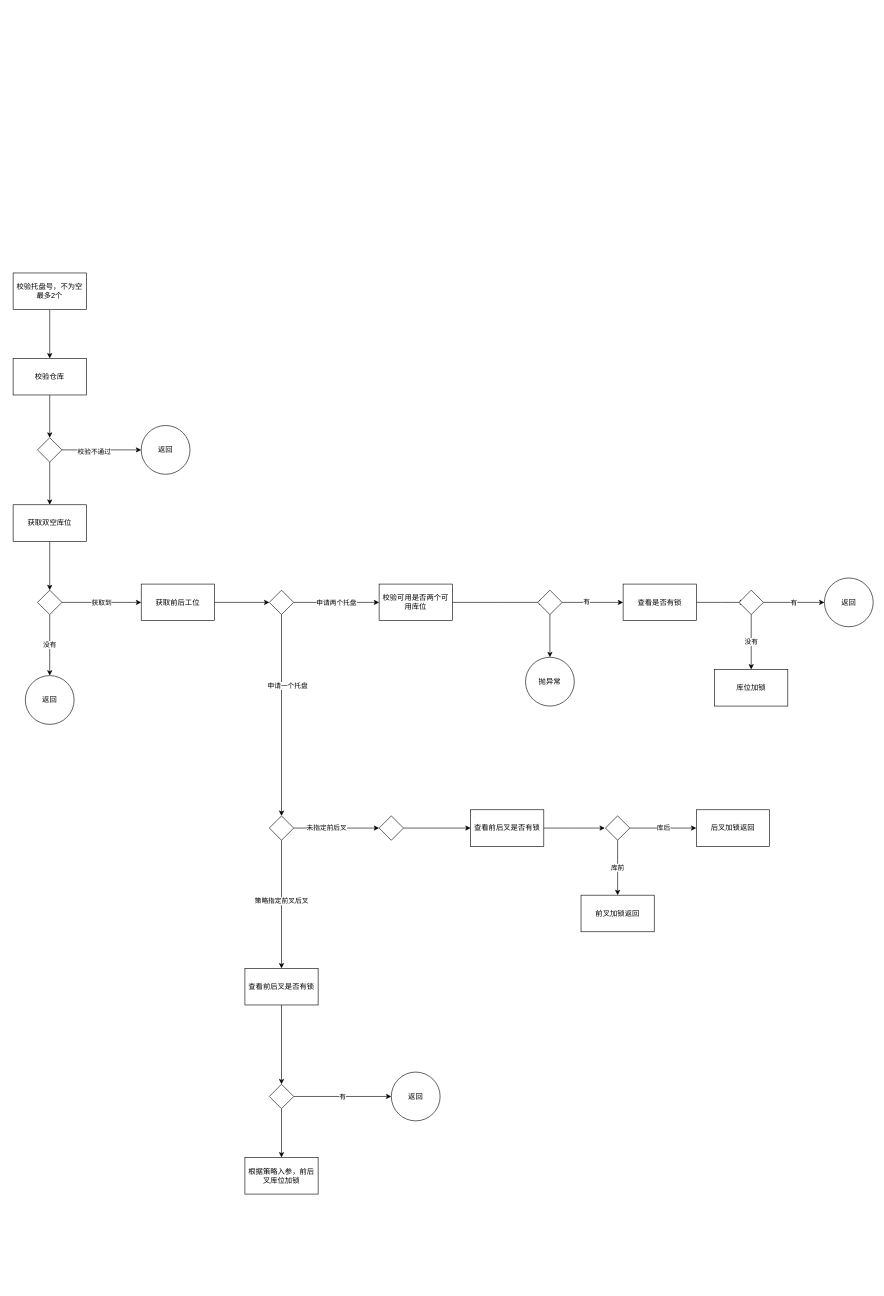
chenjunx/designpattern keeps this draw.io diagram as 默认双工位入库分配策略(库前/库后).drawio. Above is the earlier version. Source tidied: cells renumbered, new cells numbered last; positions are measured from the earlier drawing's top-left corner, leaving out a move shared by most shapes. Both pictures are drawn from the tidied source at 61%, with x=0, y=0 at pixel (13, 273).
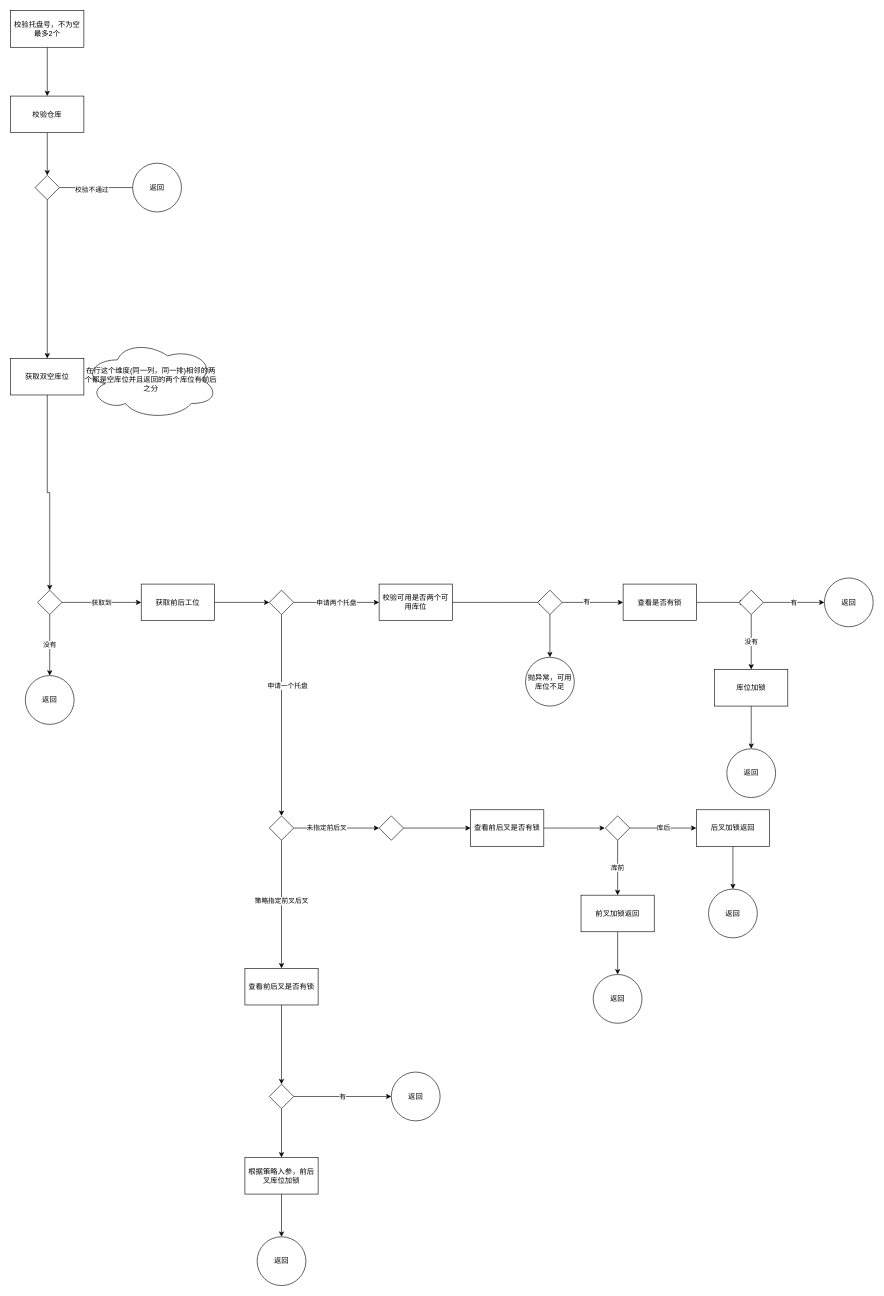
The same page after the edit.

Unchanged cells that the change refers to:
```xml
<mxCell id="14" style="rhombus;whiteSpace=wrap;html=1;rounded=0;" parent="1" vertex="1">
  <mxGeometry x="40" y="520" width="40" height="40" as="geometry" />
</mxCell>
<mxCell id="22" value="根据策略入参，前后叉库位加锁" style="whiteSpace=wrap;html=1;rounded=0;" parent="1" vertex="1">
  <mxGeometry x="380" y="1450" width="120" height="60" as="geometry" />
</mxCell>
<mxCell id="35" value="库位加锁" style="rounded=0;whiteSpace=wrap;html=1;" parent="1" vertex="1">
  <mxGeometry x="1150" y="650" width="120" height="60" as="geometry" />
</mxCell>
<mxCell id="54" value="前叉加锁返回" style="rounded=0;whiteSpace=wrap;html=1;" parent="1" vertex="1">
  <mxGeometry x="931" y="1020" width="120" height="60" as="geometry" />
</mxCell>
<mxCell id="55" value="后叉加锁返回" style="whiteSpace=wrap;html=1;rounded=0;" parent="1" vertex="1">
  <mxGeometry x="1120" y="880" width="120" height="60" as="geometry" />
</mxCell>
```

What changed in the source:
```diff
@@
     <mxCell id="3" value="校验托盘号，不为空最多2个" style="rounded=0;whiteSpace=wrap;html=1;" parent="1" vertex="1">
-      <mxGeometry width="120" height="60" as="geometry" />
+      <mxGeometry x="-4" y="-430" width="120" height="60" as="geometry" />
     </mxCell>
@@
     <mxCell id="5" value="校验仓库" style="rounded=0;whiteSpace=wrap;html=1;" parent="1" vertex="1">
-      <mxGeometry y="140" width="120" height="60" as="geometry" />
+      <mxGeometry x="-4" y="-290" width="120" height="60" as="geometry" />
     </mxCell>
@@
     <mxCell id="7" style="edgeStyle=orthogonalEdgeStyle;rounded=0;jettySize=auto;html=1;" parent="1" edge="1" source="9">
       <mxGeometry relative="1" as="geometry">
-        <mxPoint x="210" y="290" as="targetPoint" />
+        <mxPoint x="206" y="-140" as="targetPoint" />
       </mxGeometry>
     </mxCell>
@@
     <mxCell id="9" style="rhombus;whiteSpace=wrap;html=1;rounded=0;" parent="1" vertex="1">
-      <mxGeometry x="40" y="270" width="40" height="40" as="geometry" />
+      <mxGeometry x="36" y="-160" width="40" height="40" as="geometry" />
     </mxCell>
-    <mxCell id="10" style="edgeStyle=orthogonalEdgeStyle;rounded=0;jettySize=auto;html=1;" parent="1" edge="1" source="11" target="14">
+    <mxCell id="10" style="edgeStyle=orthogonalEdgeStyle;rounded=0;jettySize=auto;html=1;entryX=0.5;entryY=0;entryDx=0;entryDy=0;" parent="1" edge="1" source="11" target="14">
       <mxGeometry relative="1" as="geometry" />
     </mxCell>
     <mxCell id="11" value="获取双空库位" style="whiteSpace=wrap;html=1;rounded=0;" parent="1" vertex="1">
-      <mxGeometry y="380" width="120" height="60" as="geometry" />
+      <mxGeometry x="-4" y="140" width="120" height="60" as="geometry" />
     </mxCell>
@@
+    <mxCell id="57" style="edgeStyle=orthogonalEdgeStyle;rounded=0;jettySize=auto;html=1;" parent="1" edge="1" source="22" target="63">
+      <mxGeometry relative="1" as="geometry" />
+    </mxCell>
@@
     <mxCell id="33" value="返回" style="ellipse;whiteSpace=wrap;html=1;rounded=0;" parent="1" vertex="1">
-      <mxGeometry x="210" y="250" width="80" height="80" as="geometry" />
+      <mxGeometry x="196" y="-180" width="80" height="80" as="geometry" />
     </mxCell>
-    <mxCell id="34" value="抛异常" style="ellipse;whiteSpace=wrap;html=1;rounded=0;" parent="1" vertex="1">
+    <mxCell id="34" value="抛异常，可用库位不足" style="ellipse;whiteSpace=wrap;html=1;rounded=0;" parent="1" vertex="1">
       <mxGeometry x="840" y="630" width="80" height="80" as="geometry" />
     </mxCell>
+    <mxCell id="58" style="edgeStyle=orthogonalEdgeStyle;rounded=0;jettySize=auto;html=1;" parent="1" edge="1" source="35" target="62">
+      <mxGeometry relative="1" as="geometry" />
+    </mxCell>
@@
+    <mxCell id="59" style="edgeStyle=orthogonalEdgeStyle;rounded=0;jettySize=auto;html=1;" parent="1" edge="1" source="54" target="64">
+      <mxGeometry relative="1" as="geometry" />
+    </mxCell>
@@
+    <mxCell id="60" style="edgeStyle=orthogonalEdgeStyle;rounded=0;jettySize=auto;html=1;" parent="1" edge="1" source="55" target="65">
+      <mxGeometry relative="1" as="geometry" />
+    </mxCell>
@@
+    <mxCell id="61" value="在行这个维度(同一列，同一排)相邻的两个都是空库位并且返回的两个库位有前后之分" style="ellipse;shape=cloud;whiteSpace=wrap;html=1;" parent="1" vertex="1">
+      <mxGeometry x="116" y="110" width="220" height="130" as="geometry" />
+    </mxCell>
+    <mxCell id="62" value="返回" style="ellipse;whiteSpace=wrap;html=1;rounded=0;" parent="1" vertex="1">
+      <mxGeometry x="1170" y="780" width="80" height="80" as="geometry" />
+    </mxCell>
+    <mxCell id="63" value="返回" style="ellipse;whiteSpace=wrap;html=1;rounded=0;" parent="1" vertex="1">
+      <mxGeometry x="400" y="1580" width="80" height="80" as="geometry" />
+    </mxCell>
+    <mxCell id="64" value="返回" style="ellipse;whiteSpace=wrap;html=1;rounded=0;" parent="1" vertex="1">
+      <mxGeometry x="951" y="1150" width="80" height="80" as="geometry" />
+    </mxCell>
+    <mxCell id="65" value="返回" style="ellipse;whiteSpace=wrap;html=1;rounded=0;" parent="1" vertex="1">
+      <mxGeometry x="1140" y="1010" width="80" height="80" as="geometry" />
+    </mxCell>
```
